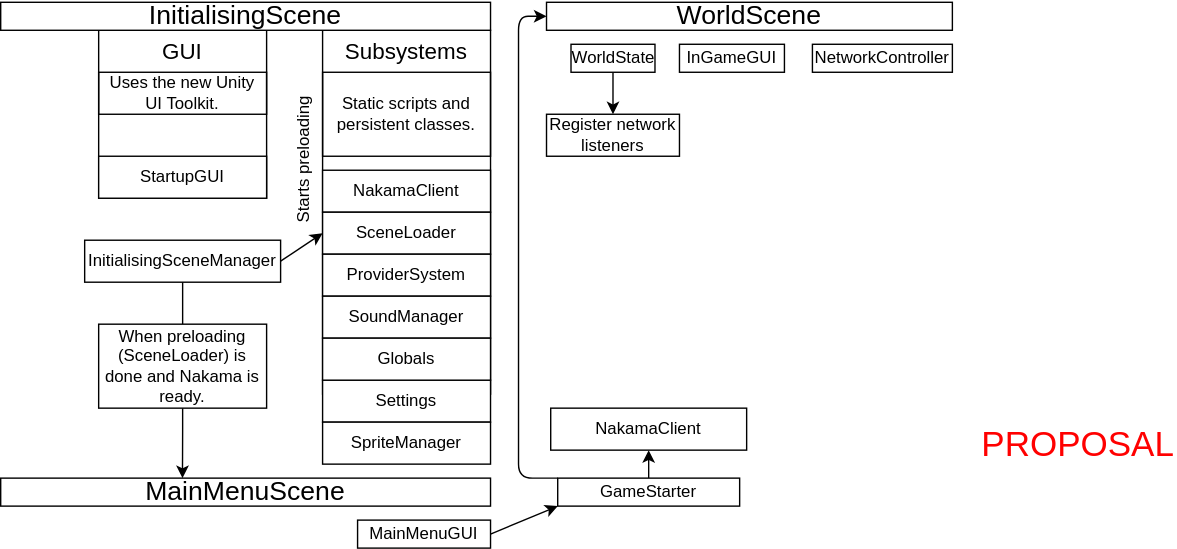
This is documentation/res/ClientArchitecture.drawio.svg from OpenHellion/openhellion.github.io, a draw.io export, as it was before one commit. Source tidied: cells renumbered, new cells last; positions are measured from the earlier drawing's top-left corner, leaving out a move shared by most shapes.
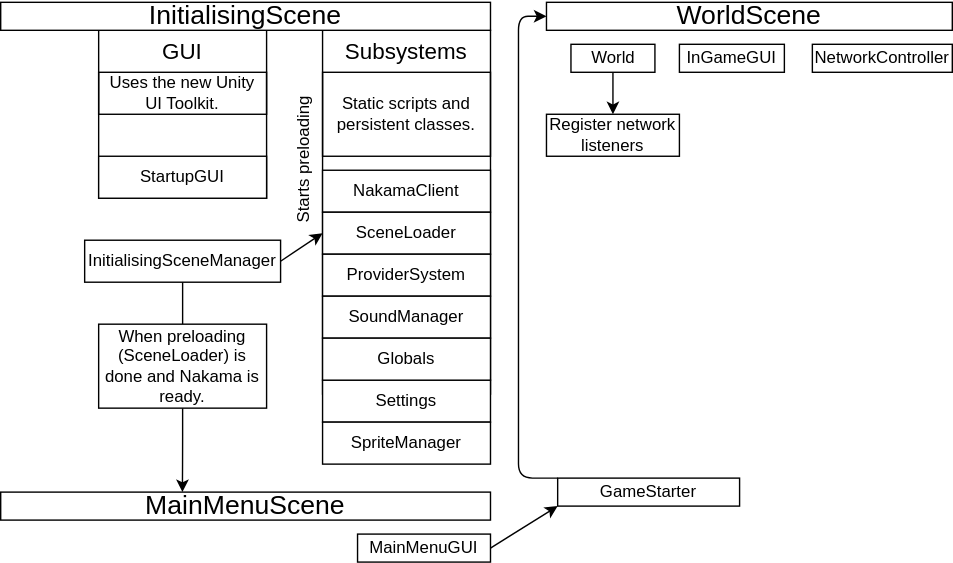
The same diagram one commit later.

Commit message:
Major updates reflecting changes in client and server

Diff of the diagram source:
```diff
@@ -36,7 +36,7 @@
       <mxGeometry x="60" y="170" width="140" height="30" as="geometry" />
     </mxCell>
     <mxCell id="13" value="&lt;font style=&quot;font-size: 19px;&quot;&gt;MainMenuScene&lt;/font&gt;" style="rounded=0;whiteSpace=wrap;html=1;" parent="1" vertex="1">
-      <mxGeometry y="340" width="350" height="20" as="geometry" />
+      <mxGeometry y="350" width="350" height="20" as="geometry" />
     </mxCell>
     <mxCell id="14" value="Uses the new Unity UI Toolkit." style="text;html=1;strokeColor=default;fillColor=none;align=center;verticalAlign=middle;whiteSpace=wrap;rounded=0;" parent="1" vertex="1">
       <mxGeometry x="70" y="50" width="120" height="30" as="geometry" />
@@ -47,13 +47,10 @@
     <mxCell id="16" value="&lt;span style=&quot;font-size: 19px;&quot;&gt;WorldScene&lt;/span&gt;" style="rounded=0;whiteSpace=wrap;html=1;" parent="1" vertex="1">
       <mxGeometry x="390" width="290" height="20" as="geometry" />
     </mxCell>
-    <mxCell id="17" value="&lt;font style=&quot;font-size: 25px;&quot; color=&quot;#ff0000&quot;&gt;PROPOSAL&lt;/font&gt;" style="text;html=1;strokeColor=none;fillColor=none;align=center;verticalAlign=middle;whiteSpace=wrap;rounded=0;" parent="1" vertex="1">
-      <mxGeometry x="700" y="300" width="140" height="30" as="geometry" />
-    </mxCell>
     <mxCell id="18" style="edgeStyle=none;html=1;exitX=0.5;exitY=1;exitDx=0;exitDy=0;entryX=0.5;entryY=0;entryDx=0;entryDy=0;" parent="1" edge="1" source="19" target="24">
       <mxGeometry relative="1" as="geometry" />
     </mxCell>
-    <mxCell id="19" value="&lt;div&gt;&lt;font style=&quot;font-size: 12px;&quot;&gt;WorldState&lt;/font&gt;&lt;/div&gt;" style="rounded=0;whiteSpace=wrap;html=1;" parent="1" vertex="1">
+    <mxCell id="19" value="&lt;div&gt;&lt;font style=&quot;font-size: 12px;&quot;&gt;World&lt;/font&gt;&lt;/div&gt;" style="rounded=0;whiteSpace=wrap;html=1;" parent="1" vertex="1">
       <mxGeometry x="407.5" y="30" width="60" height="20" as="geometry" />
     </mxCell>
     <mxCell id="20" style="edgeStyle=orthogonalEdgeStyle;rounded=1;jettySize=auto;html=1;entryX=0.5;entryY=0;entryDx=0;entryDy=0;endArrow=none;" parent="1" edge="1" source="12" target="22">
@@ -79,15 +76,9 @@
         </Array>
       </mxGeometry>
     </mxCell>
-    <mxCell id="26" style="edgeStyle=orthogonalEdgeStyle;html=1;exitX=0.5;exitY=0;exitDx=0;exitDy=0;entryX=0.5;entryY=1;entryDx=0;entryDy=0;" parent="1" edge="1" source="27" target="28">
-      <mxGeometry relative="1" as="geometry" />
-    </mxCell>
     <mxCell id="27" value="&lt;font style=&quot;font-size: 12px;&quot;&gt;GameStarter&lt;/font&gt;" style="rounded=0;whiteSpace=wrap;html=1;" parent="1" vertex="1">
       <mxGeometry x="398" y="340" width="130" height="20" as="geometry" />
     </mxCell>
-    <mxCell id="28" value="NakamaClient" style="rounded=0;whiteSpace=wrap;html=1;" parent="1" vertex="1">
-      <mxGeometry x="393" y="290" width="140" height="30" as="geometry" />
-    </mxCell>
     <mxCell id="29" value="&lt;div&gt;&lt;font style=&quot;font-size: 12px;&quot;&gt;Settings&lt;/font&gt;&lt;/div&gt;" style="rounded=0;whiteSpace=wrap;html=1;" parent="1" vertex="1">
       <mxGeometry x="230" y="270" width="120" height="30" as="geometry" />
     </mxCell>
@@ -95,7 +86,7 @@
       <mxGeometry relative="1" as="geometry" />
     </mxCell>
     <mxCell id="31" value="&lt;div&gt;&lt;font style=&quot;font-size: 12px;&quot;&gt;MainMenuGUI&lt;/font&gt;&lt;/div&gt;" style="rounded=0;whiteSpace=wrap;html=1;" parent="1" vertex="1">
-      <mxGeometry x="255" y="370" width="95" height="20" as="geometry" />
+      <mxGeometry x="255" y="380" width="95" height="20" as="geometry" />
     </mxCell>
     <mxCell id="32" value="&lt;div&gt;&lt;font style=&quot;font-size: 12px;&quot;&gt;InGameGUI&lt;/font&gt;&lt;/div&gt;" style="rounded=0;whiteSpace=wrap;html=1;" parent="1" vertex="1">
       <mxGeometry x="485" y="30" width="75" height="20" as="geometry" />
```
